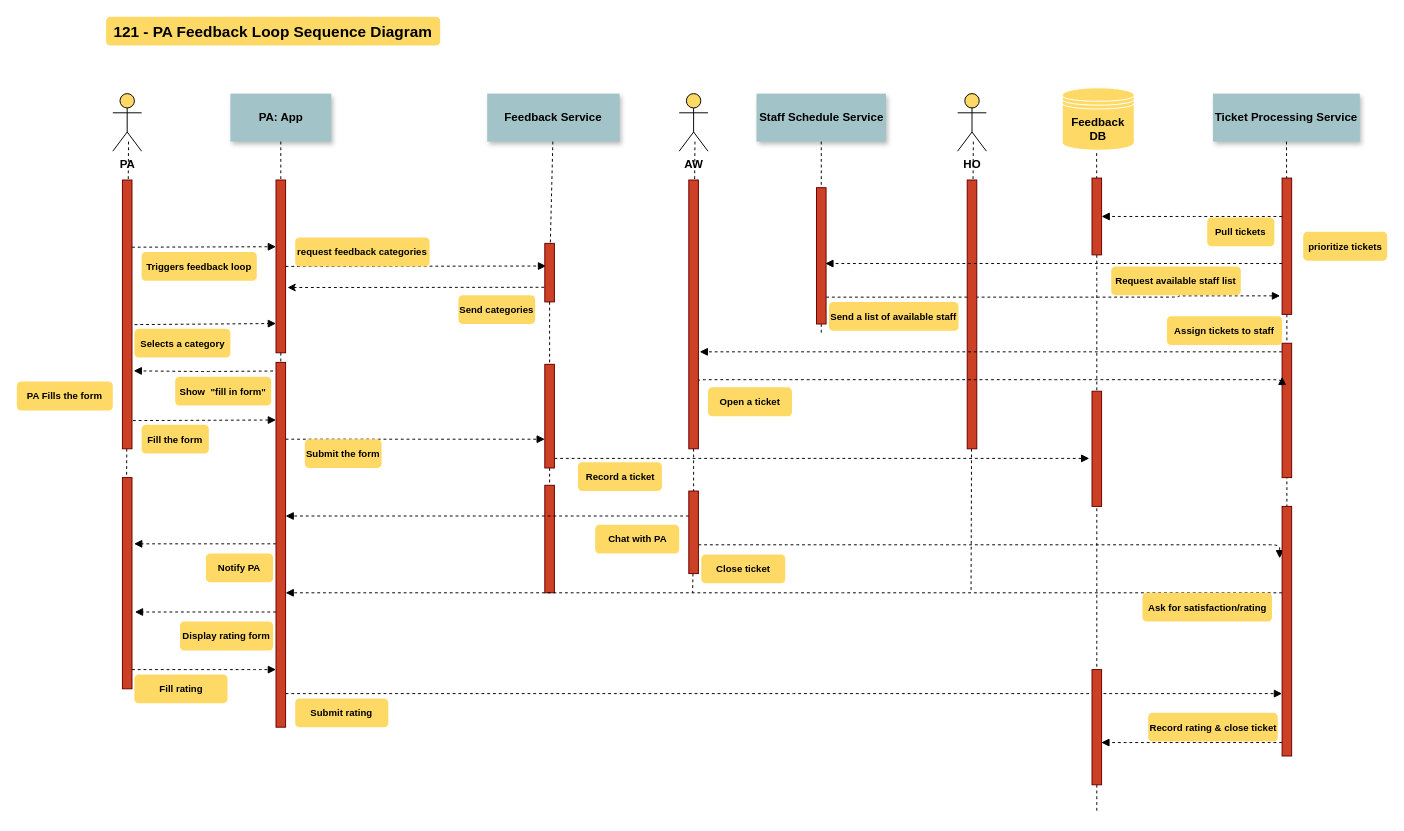
nsward/diagrams keeps this draw.io diagram as Sequence Diagrams/PA Feedback loop.drawio. Above is the earlier version. Source tidied: cells renumbered, new cells numbered last; positions are measured from the earlier drawing's top-left corner, leaving out a move shared by most shapes. Both pictures are drawn from the tidied source at 96%, with x=0, y=0 at pixel (16, 16).
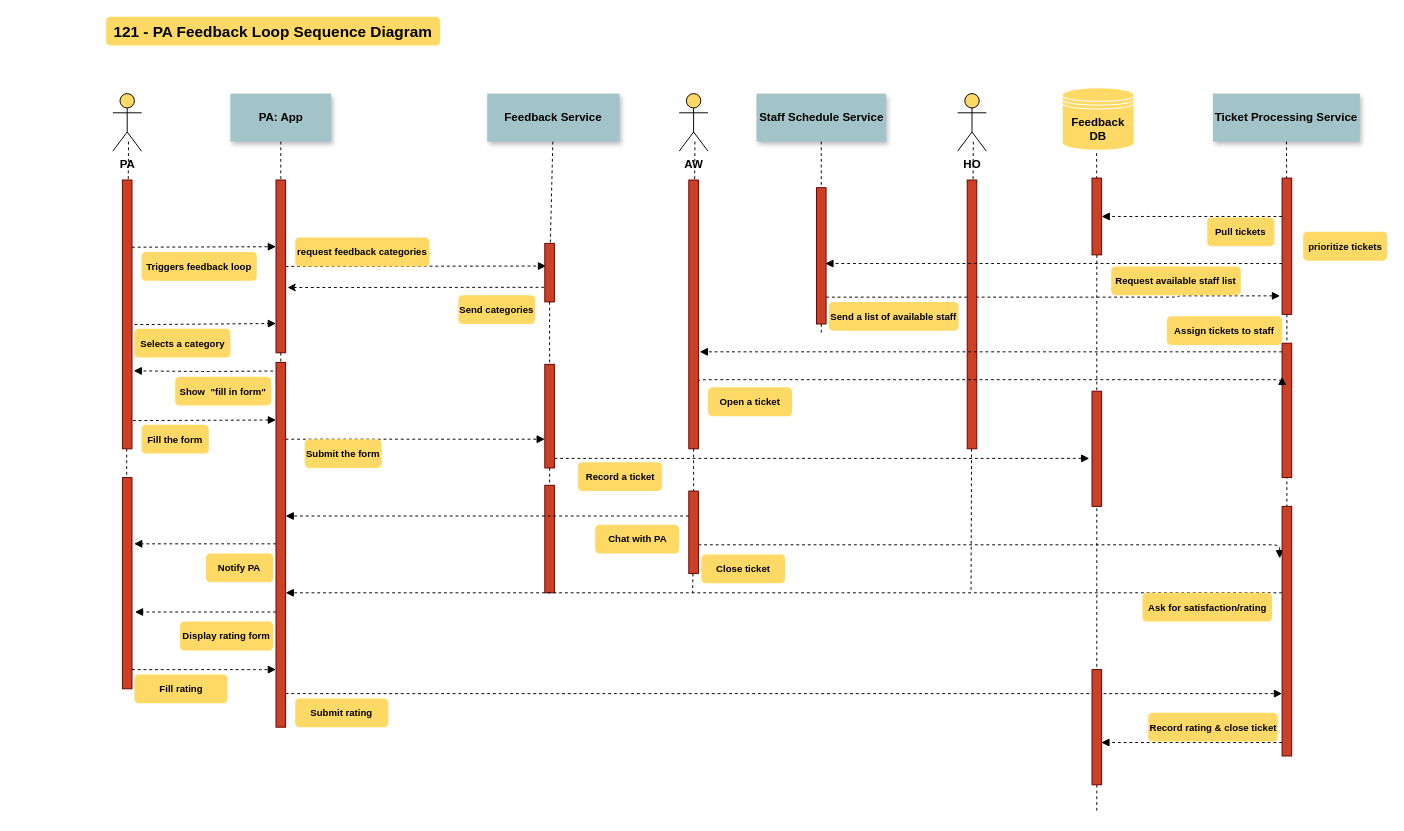
After the change.

Diff of the diagram source:
```diff
@@
-    <mxCell id="22" value="PA Fills the form" style="rounded=1;fontStyle=1;fillColor=#FFD966;strokeColor=none;whiteSpace=wrap;fontSize=10;" parent="1" vertex="1">
-      <mxGeometry y="380" width="100" height="30" as="geometry" />
-    </mxCell>
```
